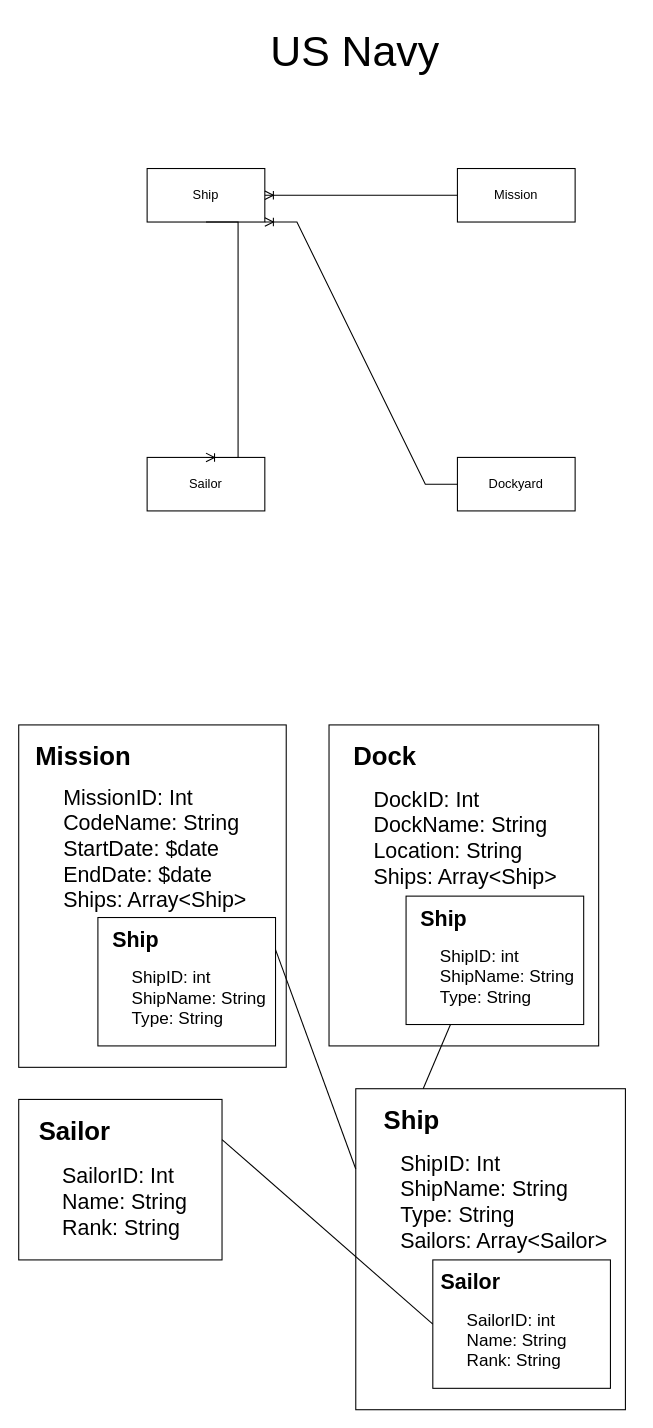
Before: kn02/models.drawio in Helmuth-von-Moltke/m165, a draw.io diagram. Source tidied: cells renumbered, new cells numbered last; positions are measured from the earlier drawing's top-left corner, leaving out a move shared by most shapes. Both pictures are drawn from the tidied source at 107%, with x=0, y=0 at pixel (18, 18).
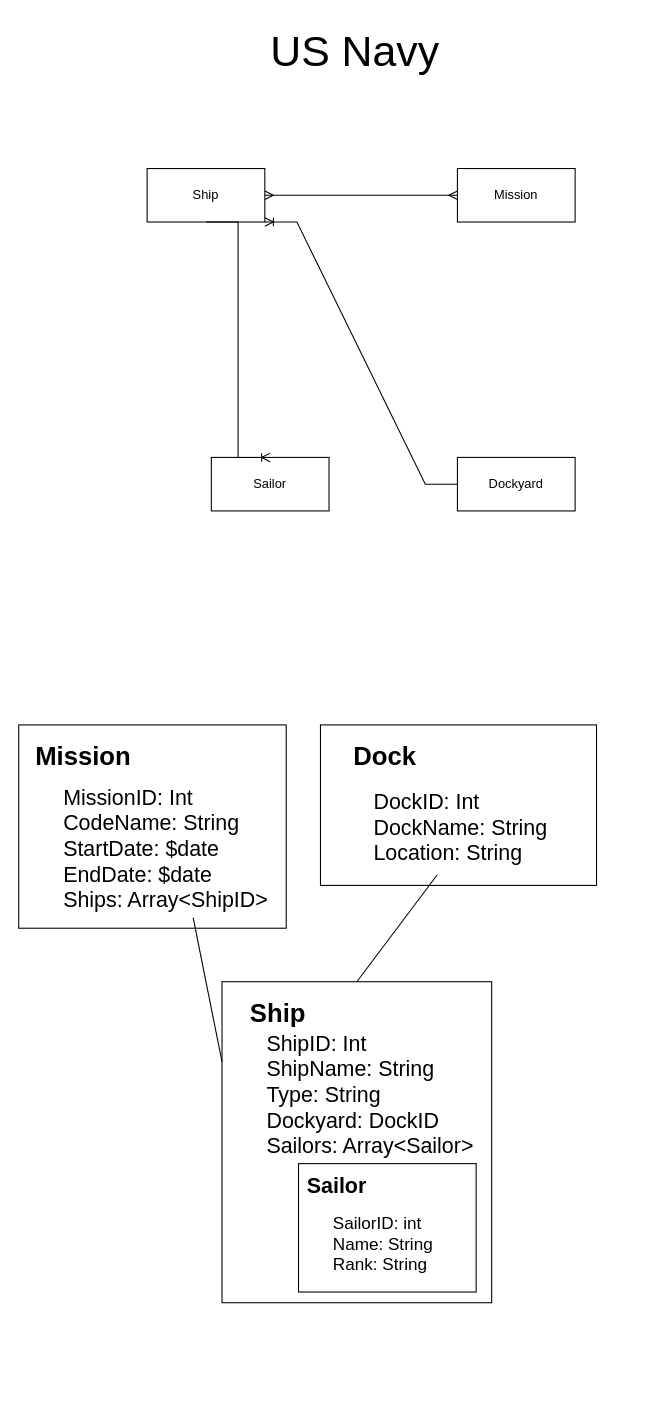
Above is the later version.

Unchanged cells that the change refers to:
```xml
<mxCell id="2" value="Ship" style="html=1;whiteSpace=wrap;" parent="1" vertex="1">
  <mxGeometry x="120" y="140" width="110" height="50" as="geometry" />
</mxCell>
<mxCell id="5" value="Mission" style="html=1;whiteSpace=wrap;" parent="1" vertex="1">
  <mxGeometry x="410" y="140" width="110" height="50" as="geometry" />
</mxCell>
```

The edit, as a diff of the source:
```diff
@@
     <mxCell id="4" value="Sailor" style="html=1;whiteSpace=wrap;" parent="1" vertex="1">
-      <mxGeometry x="120" y="410" width="110" height="50" as="geometry" />
+      <mxGeometry x="180" y="410" width="110" height="50" as="geometry" />
     </mxCell>
@@
     <mxCell id="8" style="edgeStyle=entityRelationEdgeStyle;fontSize=12;html=1;endArrow=ERoneToMany;rounded=0;exitX=0.5;exitY=1;exitDx=0;exitDy=0;entryX=0.5;entryY=0;entryDx=0;entryDy=0;" parent="1" edge="1" source="2" target="4">
-      <mxGeometry relative="1" as="geometry" />
+      <mxGeometry relative="1" as="geometry">
+        <Array as="points">
+          <mxPoint x="45" y="310" />
+          <mxPoint x="30" y="370" />
+        </Array>
+      </mxGeometry>
     </mxCell>
-    <mxCell id="9" style="edgeStyle=entityRelationEdgeStyle;fontSize=12;html=1;endArrow=ERoneToMany;rounded=0;exitX=0;exitY=0.5;exitDx=0;exitDy=0;entryX=1;entryY=0.5;entryDx=0;entryDy=0;" parent="1" edge="1" source="5" target="2">
-      <mxGeometry relative="1" as="geometry" />
-    </mxCell>
     <mxCell id="10" style="rounded=0;whiteSpace=wrap;html=1;" parent="1" vertex="1">
-      <mxGeometry y="660" width="250" height="320" as="geometry" />
+      <mxGeometry y="660" width="250" height="190" as="geometry" />
     </mxCell>
@@
-    <mxCell id="12" value="&lt;div align=&quot;left&quot;&gt;&lt;font style=&quot;font-size: 20px;&quot;&gt;MissionID: Int&lt;/font&gt;&lt;br&gt;&lt;font style=&quot;font-size: 20px;&quot;&gt;CodeName: String&lt;/font&gt;&lt;br&gt;&lt;font style=&quot;font-size: 20px;&quot;&gt;StartDate: $date&lt;/font&gt;&lt;br&gt;&lt;font style=&quot;font-size: 20px;&quot;&gt;EndDate: $date&lt;/font&gt;&lt;br&gt;&lt;font style=&quot;font-size: 20px;&quot;&gt;Ships: Array&amp;lt;Ship&amp;gt;&lt;/font&gt;&lt;br&gt;&lt;/div&gt;" style="text;html=1;align=left;verticalAlign=middle;points=[];strokeColor=none;fillColor=none;" parent="1" vertex="1">
-      <mxGeometry x="40" y="710" width="200" height="130" as="geometry" />
+    <mxCell id="12" value="&lt;div align=&quot;left&quot;&gt;&lt;font style=&quot;font-size: 20px;&quot;&gt;MissionID: Int&lt;/font&gt;&lt;br&gt;&lt;font style=&quot;font-size: 20px;&quot;&gt;CodeName: String&lt;/font&gt;&lt;br&gt;&lt;font style=&quot;font-size: 20px;&quot;&gt;StartDate: $date&lt;/font&gt;&lt;br&gt;&lt;font style=&quot;font-size: 20px;&quot;&gt;EndDate: $date&lt;/font&gt;&lt;br&gt;&lt;font style=&quot;font-size: 20px;&quot;&gt;Ships: Array&amp;lt;ShipID&amp;gt;&lt;/font&gt;&lt;br&gt;&lt;/div&gt;" style="text;html=1;align=left;verticalAlign=middle;points=[];strokeColor=none;fillColor=none;" parent="1" vertex="1">
+      <mxGeometry x="40" y="710" width="220" height="130" as="geometry" />
     </mxCell>
-    <mxCell id="13" style="rounded=0;whiteSpace=wrap;html=1;" parent="1" vertex="1">
-      <mxGeometry x="74" y="840" width="166" height="120" as="geometry" />
-    </mxCell>
-    <mxCell id="14" value="&lt;b&gt;&lt;font style=&quot;font-size: 20px;&quot;&gt;Ship&lt;/font&gt;&lt;/b&gt;" style="text;html=1;align=center;verticalAlign=middle;strokeColor=none;fillColor=none;" parent="1" vertex="1">
-      <mxGeometry x="74" y="840" width="70" height="40" as="geometry" />
-    </mxCell>
-    <mxCell id="15" value="&lt;div align=&quot;left&quot;&gt;&lt;font style=&quot;font-size: 16px;&quot;&gt;ShipID: int&lt;/font&gt;&lt;br&gt;&lt;font style=&quot;font-size: 16px;&quot;&gt;ShipName: String&lt;/font&gt;&lt;br&gt;&lt;font style=&quot;font-size: 16px;&quot;&gt;Type: String&lt;/font&gt;&lt;br&gt;&lt;/div&gt;" style="text;html=1;align=left;verticalAlign=middle;strokeColor=none;fillColor=none;" parent="1" vertex="1">
-      <mxGeometry x="104" y="880" width="150" height="70" as="geometry" />
-    </mxCell>
     <mxCell id="16" style="rounded=0;whiteSpace=wrap;html=1;" parent="1" vertex="1">
-      <mxGeometry x="290" y="660" width="252" height="300" as="geometry" />
+      <mxGeometry x="282" y="660" width="258" height="150" as="geometry" />
     </mxCell>
@@
-    <mxCell id="18" value="&lt;div align=&quot;left&quot;&gt;&lt;font style=&quot;font-size: 20px;&quot;&gt;DockID: Int&lt;/font&gt;&lt;br&gt;&lt;font style=&quot;font-size: 20px;&quot;&gt;DockName: String&lt;/font&gt;&lt;br&gt;&lt;font style=&quot;font-size: 20px;&quot;&gt;Location: String&lt;/font&gt;&lt;br&gt;&lt;font style=&quot;font-size: 20px;&quot;&gt;Ships: Array&amp;lt;Ship&amp;gt;&lt;/font&gt;&lt;br&gt;&lt;/div&gt;" style="text;html=1;align=left;verticalAlign=middle;points=[];strokeColor=none;fillColor=none;" parent="1" vertex="1">
-      <mxGeometry x="330" y="710" width="200" height="110" as="geometry" />
+    <mxCell id="18" value="&lt;div align=&quot;left&quot;&gt;&lt;font style=&quot;font-size: 20px;&quot;&gt;DockID: Int&lt;/font&gt;&lt;br&gt;&lt;font style=&quot;font-size: 20px;&quot;&gt;DockName: String&lt;/font&gt;&lt;br&gt;&lt;font style=&quot;font-size: 20px;&quot;&gt;Location: String&lt;/font&gt;&lt;br&gt;&lt;/div&gt;" style="text;html=1;align=left;verticalAlign=middle;points=[];strokeColor=none;fillColor=none;" parent="1" vertex="1">
+      <mxGeometry x="330" y="710" width="190" height="90" as="geometry" />
     </mxCell>
-    <mxCell id="19" style="rounded=0;whiteSpace=wrap;html=1;" parent="1" vertex="1">
-      <mxGeometry x="362" y="820" width="166" height="120" as="geometry" />
-    </mxCell>
-    <mxCell id="20" value="&lt;b&gt;&lt;font style=&quot;font-size: 20px;&quot;&gt;Ship&lt;/font&gt;&lt;/b&gt;" style="text;html=1;align=center;verticalAlign=middle;strokeColor=none;fillColor=none;" parent="1" vertex="1">
-      <mxGeometry x="362" y="820" width="70" height="40" as="geometry" />
-    </mxCell>
-    <mxCell id="21" value="&lt;div align=&quot;left&quot;&gt;&lt;font style=&quot;font-size: 16px;&quot;&gt;ShipID: int&lt;/font&gt;&lt;br&gt;&lt;font style=&quot;font-size: 16px;&quot;&gt;ShipName: String&lt;/font&gt;&lt;br&gt;&lt;font style=&quot;font-size: 16px;&quot;&gt;Type: String&lt;/font&gt;&lt;br&gt;&lt;/div&gt;" style="text;html=1;align=left;verticalAlign=middle;strokeColor=none;fillColor=none;" parent="1" vertex="1">
-      <mxGeometry x="392" y="860" width="150" height="70" as="geometry" />
-    </mxCell>
     <mxCell id="22" style="rounded=0;whiteSpace=wrap;html=1;" parent="1" vertex="1">
-      <mxGeometry x="315" y="1000" width="252" height="300" as="geometry" />
+      <mxGeometry x="190" y="900" width="252" height="300" as="geometry" />
     </mxCell>
     <mxCell id="23" value="&lt;font style=&quot;font-size: 24px;&quot;&gt;&lt;b&gt;Ship&lt;/b&gt;&lt;/font&gt;" style="text;html=1;align=center;verticalAlign=middle;strokeColor=none;fillColor=none;" parent="1" vertex="1">
-      <mxGeometry x="327" y="1010" width="80" height="40" as="geometry" />
+      <mxGeometry x="202" y="910" width="80" height="40" as="geometry" />
     </mxCell>
-    <mxCell id="24" value="&lt;div align=&quot;left&quot;&gt;&lt;font style=&quot;font-size: 20px;&quot;&gt;ShipID: Int&lt;/font&gt;&lt;br&gt;&lt;font style=&quot;font-size: 20px;&quot;&gt;ShipName: String&lt;/font&gt;&lt;br&gt;&lt;font style=&quot;font-size: 20px;&quot;&gt;Type: String&lt;/font&gt;&lt;br&gt;&lt;font style=&quot;font-size: 20px;&quot;&gt;Sailors: Array&amp;lt;Sailor&amp;gt;&lt;/font&gt;&lt;br&gt;&lt;/div&gt;" style="text;html=1;align=left;verticalAlign=middle;strokeColor=none;fillColor=none;" parent="1" vertex="1">
-      <mxGeometry x="355" y="1050" width="220" height="110" as="geometry" />
+    <mxCell id="24" value="&lt;div align=&quot;left&quot;&gt;&lt;font style=&quot;font-size: 20px;&quot;&gt;ShipID: Int&lt;/font&gt;&lt;br&gt;&lt;font style=&quot;font-size: 20px;&quot;&gt;ShipName: String&lt;/font&gt;&lt;br&gt;&lt;font style=&quot;font-size: 20px;&quot;&gt;Type: String&lt;/font&gt;&lt;/div&gt;&lt;div style=&quot;font-size: 20px;&quot; align=&quot;left&quot;&gt;Dockyard: DockID&lt;br&gt;&lt;font style=&quot;font-size: 20px;&quot;&gt;Sailors: Array&amp;lt;Sailor&amp;gt;&lt;/font&gt;&lt;br&gt;&lt;/div&gt;" style="text;html=1;align=left;verticalAlign=middle;strokeColor=none;fillColor=none;" parent="1" vertex="1">
+      <mxGeometry x="230" y="940" width="220" height="130" as="geometry" />
     </mxCell>
     <mxCell id="25" style="rounded=0;whiteSpace=wrap;html=1;" parent="1" vertex="1">
-      <mxGeometry x="387" y="1160" width="166" height="120" as="geometry" />
+      <mxGeometry x="261.5" y="1070" width="166" height="120" as="geometry" />
     </mxCell>
     <mxCell id="26" value="&lt;font style=&quot;font-size: 20px;&quot;&gt;&lt;b&gt;Sailor&lt;/b&gt;&lt;/font&gt;" style="text;html=1;align=center;verticalAlign=middle;strokeColor=none;fillColor=none;" parent="1" vertex="1">
-      <mxGeometry x="382" y="1160" width="80" height="40" as="geometry" />
+      <mxGeometry x="256.5" y="1070" width="80" height="40" as="geometry" />
     </mxCell>
     <mxCell id="27" value="&lt;div align=&quot;left&quot;&gt;&lt;font style=&quot;font-size: 16px;&quot;&gt;SailorID: int&lt;/font&gt;&lt;br&gt;&lt;font style=&quot;font-size: 16px;&quot;&gt;Name: String&lt;/font&gt;&lt;br&gt;&lt;font style=&quot;font-size: 16px;&quot;&gt;Rank: String&lt;/font&gt;&lt;br&gt;&lt;/div&gt;" style="text;html=1;align=left;verticalAlign=middle;strokeColor=none;fillColor=none;" parent="1" vertex="1">
-      <mxGeometry x="417" y="1200" width="120" height="70" as="geometry" />
+      <mxGeometry x="291.5" y="1110" width="120" height="70" as="geometry" />
     </mxCell>
-    <mxCell id="28" style="endArrow=none;html=1;rounded=0;exitX=1;exitY=0.25;exitDx=0;exitDy=0;entryX=0;entryY=0.25;entryDx=0;entryDy=0;" parent="1" edge="1" source="13" target="22">
+    <mxCell id="28" style="endArrow=none;html=1;rounded=0;entryX=0;entryY=0.25;entryDx=0;entryDy=0;" parent="1" edge="1" source="12" target="22">
       <mxGeometry relative="1" as="geometry" />
     </mxCell>
-    <mxCell id="29" style="endArrow=none;html=1;rounded=0;entryX=0.25;entryY=1;entryDx=0;entryDy=0;exitX=0.25;exitY=0;exitDx=0;exitDy=0;" parent="1" edge="1" source="22" target="19">
+    <mxCell id="29" style="endArrow=none;html=1;rounded=0;exitX=0.5;exitY=0;exitDx=0;exitDy=0;" parent="1" edge="1" source="22" target="18">
       <mxGeometry relative="1" as="geometry" />
     </mxCell>
-    <mxCell id="30" style="rounded=0;whiteSpace=wrap;html=1;" parent="1" vertex="1">
-      <mxGeometry y="1010" width="190" height="150" as="geometry" />
-    </mxCell>
-    <mxCell id="31" value="&lt;font style=&quot;font-size: 24px;&quot;&gt;&lt;b&gt;Sailor&lt;/b&gt;&lt;/font&gt;" style="text;html=1;align=center;verticalAlign=middle;strokeColor=none;fillColor=none;" parent="1" vertex="1">
-      <mxGeometry x="7" y="1020" width="90" height="40" as="geometry" />
-    </mxCell>
-    <mxCell id="32" value="&lt;div align=&quot;left&quot;&gt;&lt;font style=&quot;font-size: 20px;&quot;&gt;SailorID: Int&lt;/font&gt;&lt;br&gt;&lt;font style=&quot;font-size: 20px;&quot;&gt;Name: String&lt;/font&gt;&lt;br&gt;&lt;font style=&quot;font-size: 20px;&quot;&gt;Rank: String&lt;/font&gt;&lt;br&gt;&lt;/div&gt;" style="text;html=1;align=left;verticalAlign=middle;strokeColor=none;fillColor=none;" parent="1" vertex="1">
-      <mxGeometry x="39" y="1060" width="140" height="90" as="geometry" />
-    </mxCell>
-    <mxCell id="33" style="endArrow=none;html=1;rounded=0;exitX=1;exitY=0.25;exitDx=0;exitDy=0;entryX=0;entryY=0.5;entryDx=0;entryDy=0;" parent="1" edge="1" source="30" target="25">
-      <mxGeometry relative="1" as="geometry" />
-    </mxCell>
+    <mxCell id="34" style="edgeStyle=entityRelationEdgeStyle;fontSize=12;html=1;endArrow=ERmany;startArrow=ERmany;rounded=0;exitX=1;exitY=0.5;exitDx=0;exitDy=0;entryX=0;entryY=0.5;entryDx=0;entryDy=0;" parent="1" edge="1" source="2" target="5">
+      <mxGeometry relative="1" as="geometry" />
+    </mxCell>
```
